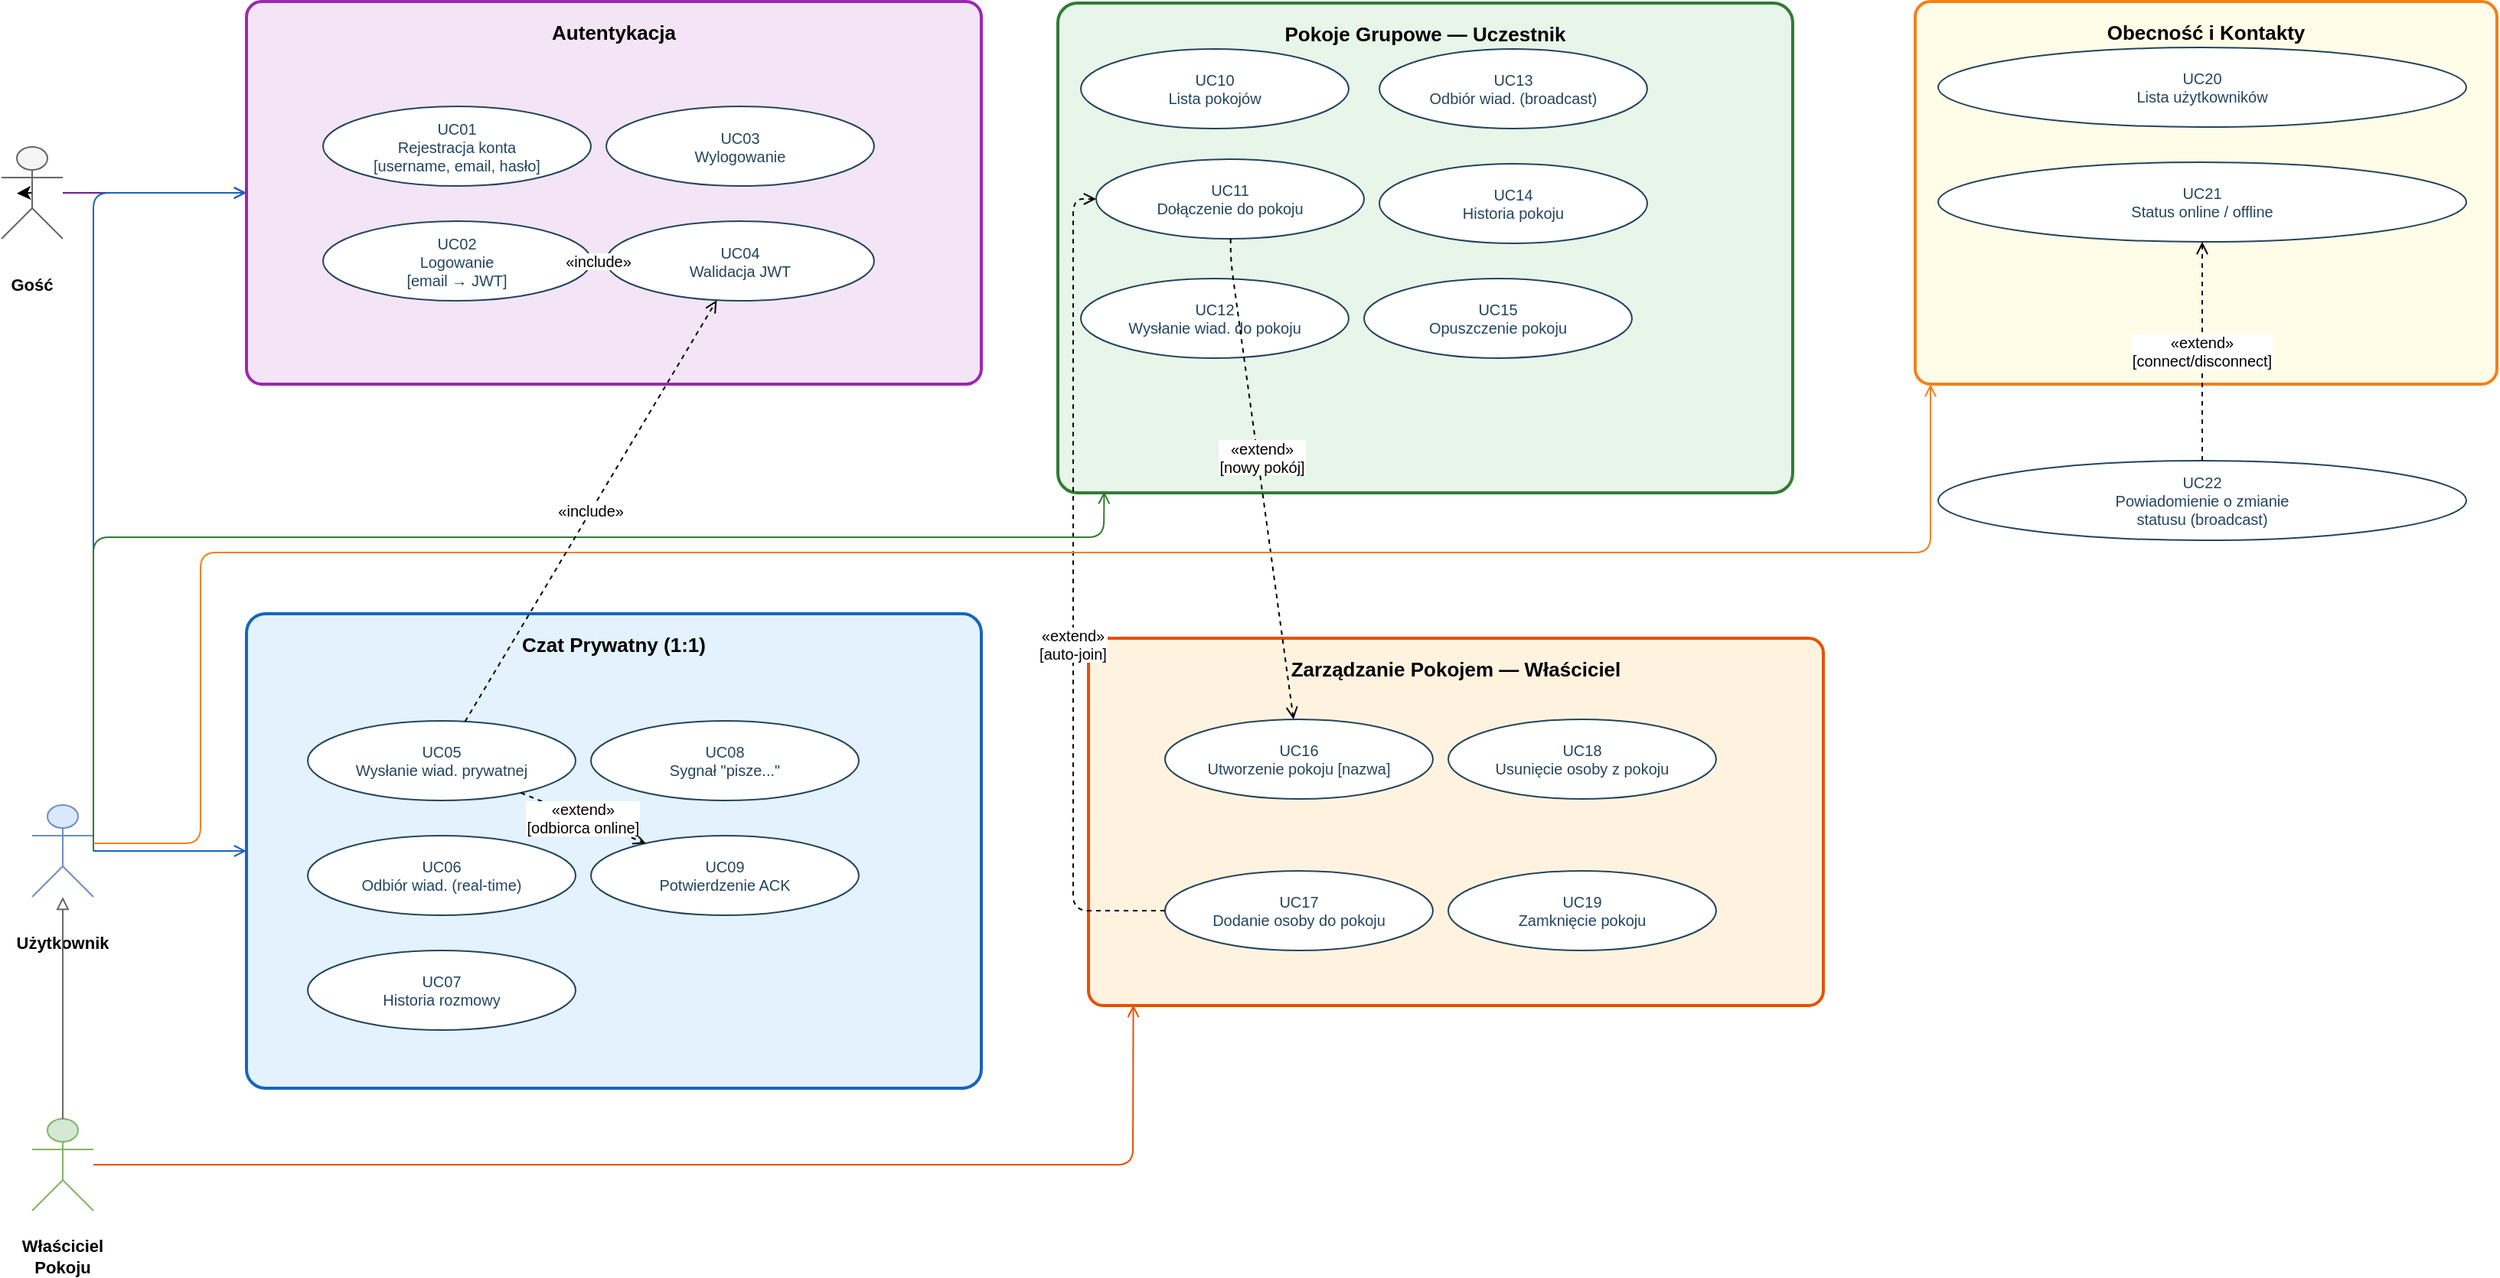
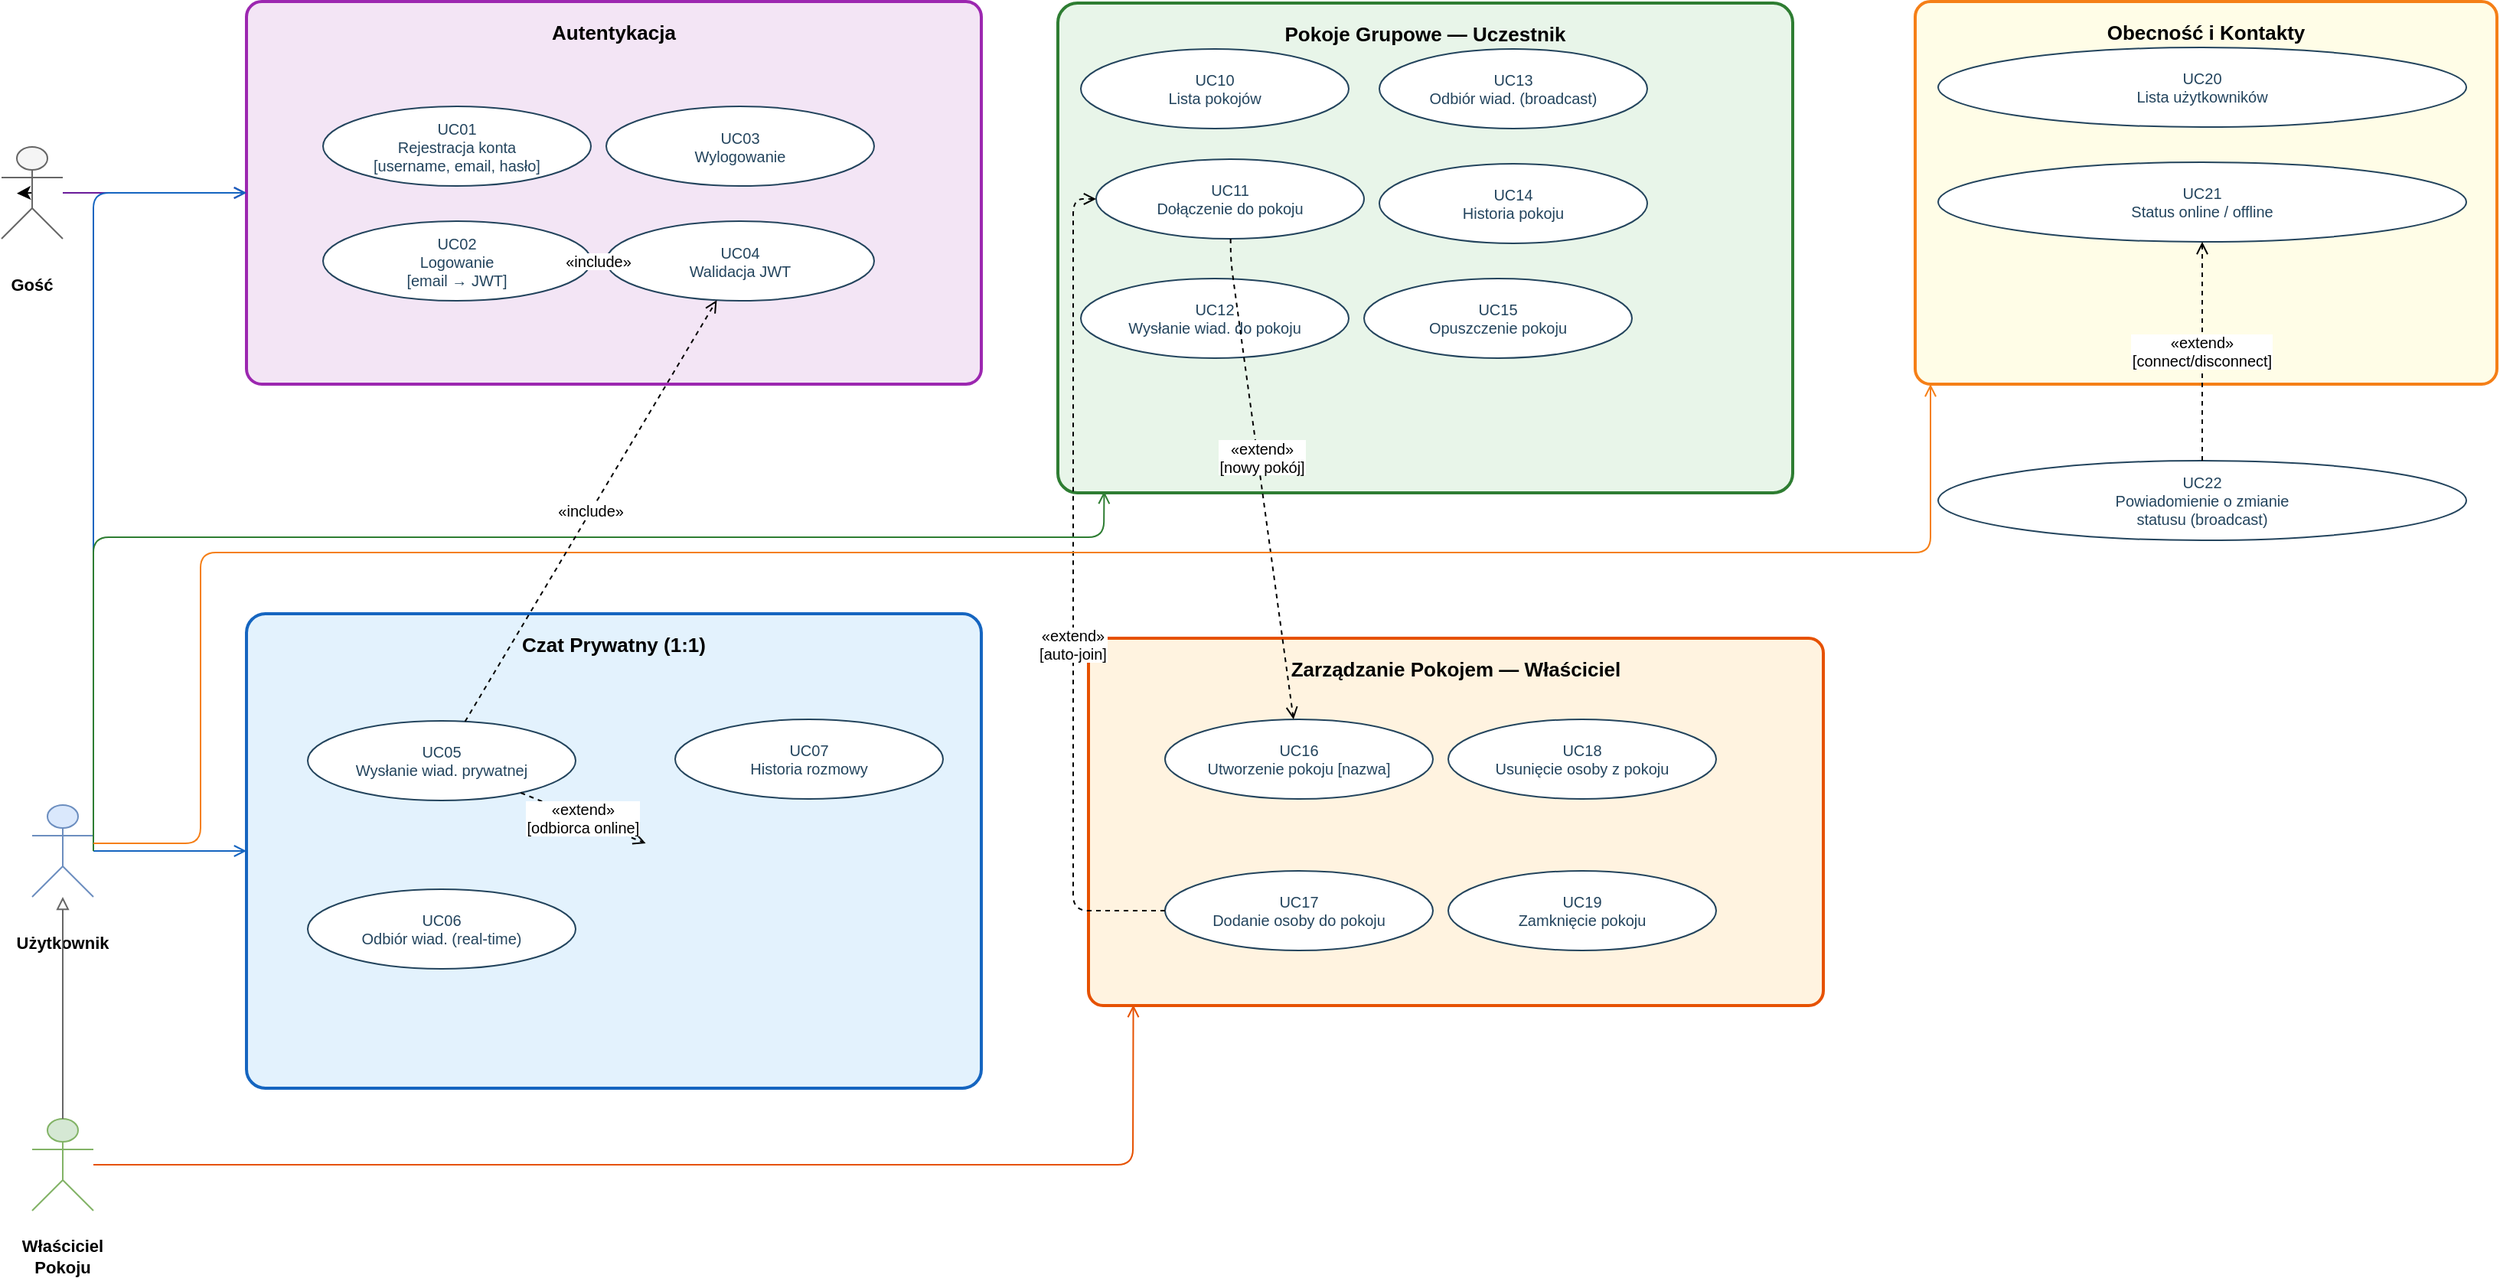
<mxfile host="65bd71144e">
    <diagram id="11" name="Diagram Przypadków Użycia">
-         <mxGraphModel dx="1540" dy="976" grid="1" gridSize="10" guides="1" tooltips="1" connect="1" arrows="1" fold="1" page="1" pageScale="1" pageWidth="1750" pageHeight="1050" math="0" shadow="0">
+         <mxGraphModel dx="878" dy="732" grid="1" gridSize="10" guides="1" tooltips="1" connect="1" arrows="1" fold="1" page="1" pageScale="1" pageWidth="1750" pageHeight="1050" math="0" shadow="0">
            <root>
                <mxCell id="0"/>
                <mxCell id="1" parent="0"/>
                <mxCell id="59" style="edgeStyle=none;html=1;exitX=0.5;exitY=0.5;exitDx=0;exitDy=0;exitPerimeter=0;" parent="1" source="12" edge="1">
                    <mxGeometry relative="1" as="geometry">
                        <mxPoint x="50" y="165.33333333333326" as="targetPoint"/>
                    </mxGeometry>
                </mxCell>
                <mxCell id="12" value="Gość" style="shape=umlActor;whiteSpace=wrap;html=1;fillColor=#f5f5f5;strokeColor=#666666;fontStyle=1;fontSize=11;verticalLabelPosition=bottom;" parent="1" vertex="1">
                    <mxGeometry x="40" y="135" width="40" height="60" as="geometry"/>
                </mxCell>
                <mxCell id="13" value="Użytkownik" style="shape=umlActor;whiteSpace=wrap;html=1;fillColor=#DAE8FC;strokeColor=#6C8EBF;fontStyle=1;fontSize=11;verticalLabelPosition=bottom;" parent="1" vertex="1">
                    <mxGeometry x="60" y="565" width="40" height="60" as="geometry"/>
                </mxCell>
                <mxCell id="14" value="Właściciel&#xa;Pokoju" style="shape=umlActor;whiteSpace=wrap;html=1;fillColor=#D5E8D4;strokeColor=#82B366;fontStyle=1;fontSize=11;verticalLabelPosition=bottom;" parent="1" vertex="1">
                    <mxGeometry x="60" y="770" width="40" height="60" as="geometry"/>
                </mxCell>
                <mxCell id="15" value="" style="endArrow=block;endFill=0;startArrow=none;strokeColor=#666666;exitX=0.5;exitY=0;exitDx=0;exitDy=0;entryX=0.5;entryY=1;entryDx=0;entryDy=0;" parent="1" source="14" target="13" edge="1">
                    <mxGeometry relative="1" as="geometry"/>
                </mxCell>
                <mxCell id="16" value="Autentykacja" style="rounded=1;arcSize=4;fillColor=#F3E5F5;strokeColor=#9C27B0;fontStyle=1;fontSize=13;verticalAlign=top;align=center;spacingTop=6;strokeWidth=2;" parent="1" vertex="1">
                    <mxGeometry x="200" y="40" width="480" height="250" as="geometry"/>
                </mxCell>
                <mxCell id="17" value="UC01&#xa;Rejestracja konta&#xa;[username, email, hasło]" style="ellipse;whiteSpace=wrap;html=1;fontSize=10;fillColor=#ffffff;strokeColor=#23445D;fontColor=#23445D;" parent="1" vertex="1">
                    <mxGeometry x="250" y="108.5" width="175" height="52" as="geometry"/>
                </mxCell>
                <mxCell id="18" value="UC02&#xa;Logowanie&#xa;[email → JWT]" style="ellipse;whiteSpace=wrap;html=1;fontSize=10;fillColor=#ffffff;strokeColor=#23445D;fontColor=#23445D;" parent="1" vertex="1">
                    <mxGeometry x="250" y="183.5" width="175" height="52" as="geometry"/>
                </mxCell>
                <mxCell id="19" value="UC03&#xa;Wylogowanie" style="ellipse;whiteSpace=wrap;html=1;fontSize=10;fillColor=#ffffff;strokeColor=#23445D;fontColor=#23445D;" parent="1" vertex="1">
                    <mxGeometry x="435" y="108.5" width="175" height="52" as="geometry"/>
                </mxCell>
                <mxCell id="20" value="UC04&#xa;Walidacja JWT" style="ellipse;whiteSpace=wrap;html=1;fontSize=10;fillColor=#ffffff;strokeColor=#23445D;fontColor=#23445D;" parent="1" vertex="1">
                    <mxGeometry x="435" y="183.5" width="175" height="52" as="geometry"/>
                </mxCell>
                <mxCell id="22" value="Czat Prywatny (1:1)" style="rounded=1;arcSize=4;fillColor=#E3F2FD;strokeColor=#1565C0;fontStyle=1;fontSize=13;verticalAlign=top;align=center;spacingTop=6;strokeWidth=2;" parent="1" vertex="1">
                    <mxGeometry x="200" y="440" width="480" height="310" as="geometry"/>
                </mxCell>
                <mxCell id="23" value="UC05&#xa;Wysłanie wiad. prywatnej" style="ellipse;whiteSpace=wrap;html=1;fontSize=10;fillColor=#ffffff;strokeColor=#23445D;fontColor=#23445D;" parent="1" vertex="1">
                    <mxGeometry x="240" y="510" width="175" height="52" as="geometry"/>
                </mxCell>
                <mxCell id="24" value="UC06&#xa;Odbiór wiad. (real-time)" style="ellipse;whiteSpace=wrap;html=1;fontSize=10;fillColor=#ffffff;strokeColor=#23445D;fontColor=#23445D;" parent="1" vertex="1">
-                     <mxGeometry x="240" y="585" width="175" height="52" as="geometry"/>
+                     <mxGeometry x="240" y="620" width="175" height="52" as="geometry"/>
                </mxCell>
                <mxCell id="25" value="UC07&#xa;Historia rozmowy" style="ellipse;whiteSpace=wrap;html=1;fontSize=10;fillColor=#ffffff;strokeColor=#23445D;fontColor=#23445D;" parent="1" vertex="1">
-                     <mxGeometry x="240" y="660" width="175" height="52" as="geometry"/>
-                 </mxCell>
-                 <mxCell id="26" value="UC08&#xa;Sygnał &quot;pisze...&quot;" style="ellipse;whiteSpace=wrap;html=1;fontSize=10;fillColor=#ffffff;strokeColor=#23445D;fontColor=#23445D;" parent="1" vertex="1">
-                     <mxGeometry x="425" y="510" width="175" height="52" as="geometry"/>
-                 </mxCell>
-                 <mxCell id="27" value="UC09&#xa;Potwierdzenie ACK" style="ellipse;whiteSpace=wrap;html=1;fontSize=10;fillColor=#ffffff;strokeColor=#23445D;fontColor=#23445D;" parent="1" vertex="1">
-                     <mxGeometry x="425" y="585" width="175" height="52" as="geometry"/>
-                 </mxCell>
-                 <mxCell id="28" value="«extend»&#xa;[odbiorca online]" style="dashed=1;endArrow=open;endFill=0;strokeColor=#000000;fontSize=10;labelBackgroundColor=#ffffff;" parent="1" source="23" target="27" edge="1">
-                     <mxGeometry relative="1" as="geometry"/>
+                     <mxGeometry x="480" y="509" width="175" height="52" as="geometry"/>
+                 </mxCell>
+                 <mxCell id="28" value="«extend»&#xa;[odbiorca online]" style="dashed=1;endArrow=open;endFill=0;strokeColor=#000000;fontSize=10;labelBackgroundColor=#ffffff;" parent="1" source="23" edge="1">
+                     <mxGeometry relative="1" as="geometry">
+                         <mxPoint x="460.77316407359217" y="590.0296611109156" as="targetPoint"/>
+                     </mxGeometry>
                </mxCell>
                <mxCell id="29" value="Pokoje Grupowe — Uczestnik" style="rounded=1;arcSize=4;fillColor=#E8F5E9;strokeColor=#2E7D32;fontStyle=1;fontSize=13;verticalAlign=top;align=center;spacingTop=6;strokeWidth=2;" parent="1" vertex="1">
                    <mxGeometry x="730" y="41" width="480" height="320" as="geometry"/>
                </mxCell>
                <mxCell id="30" value="UC10&#xa;Lista pokojów" style="ellipse;whiteSpace=wrap;html=1;fontSize=10;fillColor=#ffffff;strokeColor=#23445D;fontColor=#23445D;" parent="1" vertex="1">
                    <mxGeometry x="745" y="71" width="175" height="52" as="geometry"/>
                </mxCell>
                <mxCell id="31" value="UC11&#xa;Dołączenie do pokoju" style="ellipse;whiteSpace=wrap;html=1;fontSize=10;fillColor=#ffffff;strokeColor=#23445D;fontColor=#23445D;" parent="1" vertex="1">
                    <mxGeometry x="755" y="143" width="175" height="52" as="geometry"/>
                </mxCell>
                <mxCell id="32" value="UC12&#xa;Wysłanie wiad. do pokoju" style="ellipse;whiteSpace=wrap;html=1;fontSize=10;fillColor=#ffffff;strokeColor=#23445D;fontColor=#23445D;" parent="1" vertex="1">
                    <mxGeometry x="745" y="221" width="175" height="52" as="geometry"/>
                </mxCell>
                <mxCell id="33" value="UC13&#xa;Odbiór wiad. (broadcast)" style="ellipse;whiteSpace=wrap;html=1;fontSize=10;fillColor=#ffffff;strokeColor=#23445D;fontColor=#23445D;" parent="1" vertex="1">
                    <mxGeometry x="940" y="71" width="175" height="52" as="geometry"/>
                </mxCell>
                <mxCell id="34" value="UC14&#xa;Historia pokoju" style="ellipse;whiteSpace=wrap;html=1;fontSize=10;fillColor=#ffffff;strokeColor=#23445D;fontColor=#23445D;" parent="1" vertex="1">
                    <mxGeometry x="940" y="146" width="175" height="52" as="geometry"/>
                </mxCell>
                <mxCell id="35" value="UC15&#xa;Opuszczenie pokoju" style="ellipse;whiteSpace=wrap;html=1;fontSize=10;fillColor=#ffffff;strokeColor=#23445D;fontColor=#23445D;" parent="1" vertex="1">
                    <mxGeometry x="930" y="221" width="175" height="52" as="geometry"/>
                </mxCell>
                <mxCell id="36" value="Zarządzanie Pokojem — Właściciel" style="rounded=1;arcSize=4;fillColor=#FFF3E0;strokeColor=#E65100;fontStyle=1;fontSize=13;verticalAlign=top;align=center;spacingTop=6;strokeWidth=2;" parent="1" vertex="1">
                    <mxGeometry x="750" y="456" width="480" height="240" as="geometry"/>
                </mxCell>
                <mxCell id="37" value="UC16&#xa;Utworzenie pokoju [nazwa]" style="ellipse;whiteSpace=wrap;html=1;fontSize=10;fillColor=#ffffff;strokeColor=#23445D;fontColor=#23445D;" parent="1" vertex="1">
                    <mxGeometry x="800" y="509" width="175" height="52" as="geometry"/>
                </mxCell>
                <mxCell id="38" value="UC17&#xa;Dodanie osoby do pokoju" style="ellipse;whiteSpace=wrap;html=1;fontSize=10;fillColor=#ffffff;strokeColor=#23445D;fontColor=#23445D;" parent="1" vertex="1">
                    <mxGeometry x="800" y="608" width="175" height="52" as="geometry"/>
                </mxCell>
                <mxCell id="39" value="UC18&#xa;Usunięcie osoby z pokoju" style="ellipse;whiteSpace=wrap;html=1;fontSize=10;fillColor=#ffffff;strokeColor=#23445D;fontColor=#23445D;" parent="1" vertex="1">
                    <mxGeometry x="985" y="509" width="175" height="52" as="geometry"/>
                </mxCell>
                <mxCell id="40" value="UC19&#xa;Zamknięcie pokoju" style="ellipse;whiteSpace=wrap;html=1;fontSize=10;fillColor=#ffffff;strokeColor=#23445D;fontColor=#23445D;" parent="1" vertex="1">
                    <mxGeometry x="985" y="608" width="175" height="52" as="geometry"/>
                </mxCell>
                <mxCell id="41" value="«extend»&#xa;[nowy pokój]" style="dashed=1;endArrow=open;endFill=0;strokeColor=#000000;fontSize=10;labelBackgroundColor=#ffffff;" parent="1" source="31" target="37" edge="1">
                    <mxGeometry x="-0.0872" y="3" relative="1" as="geometry">
                        <Array as="points">
                            <mxPoint x="843" y="210"/>
                        </Array>
                        <mxPoint as="offset"/>
                    </mxGeometry>
                </mxCell>
                <mxCell id="42" value="«extend»&#xa;[auto-join]" style="dashed=1;endArrow=open;endFill=0;strokeColor=#000000;fontSize=10;labelBackgroundColor=#ffffff;" parent="1" source="38" target="31" edge="1">
                    <mxGeometry x="-0.1335" relative="1" as="geometry">
                        <Array as="points">
                            <mxPoint x="740" y="634"/>
                            <mxPoint x="740" y="169"/>
                        </Array>
                        <mxPoint as="offset"/>
                    </mxGeometry>
                </mxCell>
                <mxCell id="43" value="Obecność i Kontakty" style="rounded=1;arcSize=4;fillColor=#FFFDE7;strokeColor=#F57F17;fontStyle=1;fontSize=13;verticalAlign=top;align=center;spacingTop=6;strokeWidth=2;" parent="1" vertex="1">
                    <mxGeometry x="1290" y="40" width="380" height="250" as="geometry"/>
                </mxCell>
                <mxCell id="44" value="UC20&#xa;Lista użytkowników" style="ellipse;whiteSpace=wrap;html=1;fontSize=10;fillColor=#ffffff;strokeColor=#23445D;fontColor=#23445D;" parent="1" vertex="1">
                    <mxGeometry x="1305" y="70" width="345" height="52" as="geometry"/>
                </mxCell>
                <mxCell id="45" value="UC21&#xa;Status online / offline" style="ellipse;whiteSpace=wrap;html=1;fontSize=10;fillColor=#ffffff;strokeColor=#23445D;fontColor=#23445D;" parent="1" vertex="1">
                    <mxGeometry x="1305" y="145" width="345" height="52" as="geometry"/>
                </mxCell>
                <mxCell id="46" value="UC22&#xa;Powiadomienie o zmianie&#xa;statusu (broadcast)" style="ellipse;whiteSpace=wrap;html=1;fontSize=10;fillColor=#ffffff;strokeColor=#23445D;fontColor=#23445D;" parent="1" vertex="1">
                    <mxGeometry x="1305" y="340" width="345" height="52" as="geometry"/>
                </mxCell>
                <mxCell id="47" value="«extend»&#xa;[connect/disconnect]" style="dashed=1;endArrow=open;endFill=0;strokeColor=#000000;fontSize=10;labelBackgroundColor=#ffffff;" parent="1" source="46" target="45" edge="1">
                    <mxGeometry relative="1" as="geometry"/>
                </mxCell>
                <mxCell id="48" value="" style="endArrow=open;endFill=0;strokeColor=#6A1B9A;fontSize=10;labelBackgroundColor=#ffffff;exitX=1;exitY=0.5;exitDx=0;exitDy=0;entryX=0;entryY=0.5;entryDx=0;entryDy=0;" parent="1" source="12" target="16" edge="1">
                    <mxGeometry relative="1" as="geometry"/>
                </mxCell>
                <mxCell id="49" value="" style="endArrow=open;endFill=0;strokeColor=#1565C0;fontSize=10;labelBackgroundColor=#ffffff;exitX=1;exitY=0.5;exitDx=0;exitDy=0;entryX=0;entryY=0.5;entryDx=0;entryDy=0;" parent="1" source="13" target="22" edge="1">
                    <mxGeometry relative="1" as="geometry"/>
                </mxCell>
                <mxCell id="50" value="" style="endArrow=open;endFill=0;strokeColor=#1565C0;fontSize=10;labelBackgroundColor=#ffffff;exitX=1;exitY=0.5;exitDx=0;exitDy=0;entryX=0;entryY=0.5;entryDx=0;entryDy=0;" parent="1" source="13" target="16" edge="1">
                    <mxGeometry relative="1" as="geometry">
                        <Array as="points">
                            <mxPoint x="100" y="165"/>
                        </Array>
                    </mxGeometry>
                </mxCell>
                <mxCell id="51" value="" style="endArrow=open;endFill=0;strokeColor=#2E7D32;fontSize=10;labelBackgroundColor=#ffffff;exitX=1;exitY=0.5;exitDx=0;exitDy=0;entryX=0.063;entryY=0.997;entryDx=0;entryDy=0;entryPerimeter=0;" parent="1" source="13" target="29" edge="1">
                    <mxGeometry relative="1" as="geometry">
                        <Array as="points">
                            <mxPoint x="100" y="390"/>
                            <mxPoint x="760" y="390"/>
                        </Array>
                    </mxGeometry>
                </mxCell>
                <mxCell id="52" value="" style="endArrow=open;endFill=0;strokeColor=#F57F17;fontSize=10;labelBackgroundColor=#ffffff;entryX=0;entryY=1;entryDx=0;entryDy=0;" parent="1" edge="1">
                    <mxGeometry relative="1" as="geometry">
                        <mxPoint x="100" y="590" as="sourcePoint"/>
                        <mxPoint x="1300" y="290.0000000000001" as="targetPoint"/>
                        <Array as="points">
                            <mxPoint x="170" y="590"/>
                            <mxPoint x="170" y="400"/>
                            <mxPoint x="1300" y="400"/>
                        </Array>
                    </mxGeometry>
                </mxCell>
                <mxCell id="53" value="" style="endArrow=open;endFill=0;strokeColor=#E65100;fontSize=10;labelBackgroundColor=#ffffff;exitX=1;exitY=0.5;exitDx=0;exitDy=0;entryX=0.061;entryY=0.998;entryDx=0;entryDy=0;entryPerimeter=0;" parent="1" source="14" target="36" edge="1">
                    <mxGeometry relative="1" as="geometry">
                        <Array as="points">
                            <mxPoint x="779" y="800"/>
                        </Array>
                    </mxGeometry>
                </mxCell>
                <mxCell id="54" value="«include»" style="dashed=1;endArrow=open;endFill=0;strokeColor=#000000;fontSize=10;labelBackgroundColor=#ffffff;" parent="1" source="18" target="20" edge="1">
                    <mxGeometry relative="1" as="geometry"/>
                </mxCell>
                <mxCell id="55" value="«include»" style="dashed=1;endArrow=open;endFill=0;strokeColor=#000000;fontSize=10;labelBackgroundColor=#ffffff;" parent="1" source="23" target="20" edge="1">
                    <mxGeometry relative="1" as="geometry"/>
                </mxCell>
            </root>
        </mxGraphModel>
    </diagram>
    <diagram id="56" name="Diagram Klas">
        <mxGraphModel dx="1200" dy="800" grid="1" gridSize="10" guides="1" tooltips="1" connect="1" arrows="1" fold="1" page="1" pageScale="1" pageWidth="1750" pageHeight="1200" math="0" shadow="0">
            <root>
                <mxCell id="0"/>
                <mxCell id="1" parent="0"/>
                <mxCell id="57" value="User  «Model»" style="swimlane;startSize=28;fillColor=#DAE8FC;strokeColor=#6C8EBF;fontStyle=1;fontSize=12;rounded=1;arcSize=4;align=center;" vertex="1" parent="1">
                    <mxGeometry x="20" y="20" width="315" height="226" as="geometry"/>
                </mxCell>
                <mxCell id="58" value="+ id : Integer  «PK, AUTO»&#xa;+ username : String(64)  «UNIQUE»&#xa;+ email : String(120)  «UNIQUE»&#xa;+ password_hash : String(128)&#xa;+ created_at : DateTime" style="text;strokeColor=none;fillColor=none;align=left;verticalAlign=top;spacingLeft=6;overflow=hidden;rotatable=0;fontSize=11;" vertex="1" parent="57">
                    <mxGeometry x="2" y="28" width="311" height="88" as="geometry"/>
                </mxCell>
                <mxCell id="59" value="" style="line;strokeColor=#6C8EBF;fillColor=none;" vertex="1" parent="57">
                    <mxGeometry x="0" y="116" width="315" height="6" as="geometry"/>
                </mxCell>
                <mxCell id="60" value="+ register(username, email, password) : User&#xa;+ login(email, password) : str  «JWT»&#xa;+ logout() : void&#xa;+ set_password(password) : void&#xa;+ check_password(password) : bool&#xa;+ to_dict(online: bool) : dict" style="text;strokeColor=none;fillColor=none;align=left;verticalAlign=top;spacingLeft=6;overflow=hidden;rotatable=0;fontSize=11;fontStyle=2;" vertex="1" parent="57">
                    <mxGeometry x="2" y="122" width="311" height="104" as="geometry"/>
                </mxCell>
                <mxCell id="61" value="Room  «Model»" style="swimlane;startSize=28;fillColor=#DAE8FC;strokeColor=#6C8EBF;fontStyle=1;fontSize=12;rounded=1;arcSize=4;align=center;" vertex="1" parent="1">
                    <mxGeometry x="357" y="20" width="315" height="242" as="geometry"/>
                </mxCell>
                <mxCell id="62" value="+ id : Integer  «PK, AUTO»&#xa;+ name : String(128)&#xa;+ created_by : Integer  «FK: users.id»&#xa;+ created_at : DateTime" style="text;strokeColor=none;fillColor=none;align=left;verticalAlign=top;spacingLeft=6;overflow=hidden;rotatable=0;fontSize=11;" vertex="1" parent="61">
                    <mxGeometry x="2" y="28" width="311" height="72" as="geometry"/>
                </mxCell>
                <mxCell id="63" value="" style="line;strokeColor=#6C8EBF;fillColor=none;" vertex="1" parent="61">
                    <mxGeometry x="0" y="100" width="315" height="6" as="geometry"/>
                </mxCell>
                <mxCell id="64" value="+ create(name, owner_id) : Room&#xa;+ close() : void&#xa;+ add_member(user_id) : RoomMember&#xa;+ remove_member(user_id) : void&#xa;+ get_members() : list[User]&#xa;+ send_message(sender_id, content) : Message&#xa;+ get_history(limit) : list[Message]&#xa;+ to_dict() : dict" style="text;strokeColor=none;fillColor=none;align=left;verticalAlign=top;spacingLeft=6;overflow=hidden;rotatable=0;fontSize=11;fontStyle=2;" vertex="1" parent="61">
                    <mxGeometry x="2" y="106" width="311" height="136" as="geometry"/>
                </mxCell>
                <mxCell id="65" value="RoomMember  «Model»" style="swimlane;startSize=28;fillColor=#DAE8FC;strokeColor=#6C8EBF;fontStyle=1;fontSize=12;rounded=1;arcSize=4;align=center;" vertex="1" parent="1">
                    <mxGeometry x="694" y="20" width="315" height="178" as="geometry"/>
                </mxCell>
                <mxCell id="66" value="+ id : Integer  «PK, AUTO»&#xa;+ room_id : Integer  «FK: rooms.id»&#xa;+ user_id : Integer  «FK: users.id»&#xa;+ joined_at : DateTime&#xa;«UNIQUE(room_id, user_id)»" style="text;strokeColor=none;fillColor=none;align=left;verticalAlign=top;spacingLeft=6;overflow=hidden;rotatable=0;fontSize=11;" vertex="1" parent="65">
                    <mxGeometry x="2" y="28" width="311" height="88" as="geometry"/>
                </mxCell>
                <mxCell id="67" value="" style="line;strokeColor=#6C8EBF;fillColor=none;" vertex="1" parent="65">
                    <mxGeometry x="0" y="116" width="315" height="6" as="geometry"/>
                </mxCell>
                <mxCell id="68" value="+ join(room_id, user_id) : RoomMember&#xa;+ leave() : void&#xa;+ is_member(room_id, user_id) : bool" style="text;strokeColor=none;fillColor=none;align=left;verticalAlign=top;spacingLeft=6;overflow=hidden;rotatable=0;fontSize=11;fontStyle=2;" vertex="1" parent="65">
                    <mxGeometry x="2" y="122" width="311" height="56" as="geometry"/>
                </mxCell>
                <mxCell id="69" value="Message  «Model»" style="swimlane;startSize=28;fillColor=#DAE8FC;strokeColor=#6C8EBF;fontStyle=1;fontSize=12;rounded=1;arcSize=4;align=center;" vertex="1" parent="1">
                    <mxGeometry x="1031" y="20" width="315" height="242" as="geometry"/>
                </mxCell>
                <mxCell id="70" value="+ id : Integer  «PK, AUTO»&#xa;+ sender_id : Integer  «FK: users.id»&#xa;+ recipient_id : Integer  «NULLABLE»&#xa;+ room_id : Integer  «FK: rooms.id, NULLABLE»&#xa;+ content : Text&#xa;+ delivered : Boolean  «default: False»&#xa;+ created_at : DateTime&#xa;# recipient_id XOR room_id" style="text;strokeColor=none;fillColor=none;align=left;verticalAlign=top;spacingLeft=6;overflow=hidden;rotatable=0;fontSize=11;" vertex="1" parent="69">
                    <mxGeometry x="2" y="28" width="311" height="136" as="geometry"/>
                </mxCell>
                <mxCell id="71" value="" style="line;strokeColor=#6C8EBF;fillColor=none;" vertex="1" parent="69">
                    <mxGeometry x="0" y="164" width="315" height="6" as="geometry"/>
                </mxCell>
                <mxCell id="72" value="+ send_private(sender, recipient, content) : Message&#xa;+ send_to_room(sender, room_id, content) : Message&#xa;+ mark_delivered() : void&#xa;+ to_dict() : dict" style="text;strokeColor=none;fillColor=none;align=left;verticalAlign=top;spacingLeft=6;overflow=hidden;rotatable=0;fontSize=11;fontStyle=2;" vertex="1" parent="69">
                    <mxGeometry x="2" y="170" width="311" height="72" as="geometry"/>
                </mxCell>
                <mxCell id="73" value="SessionStore  «Singleton»" style="swimlane;startSize=28;fillColor=#D5E8D4;strokeColor=#82B366;fontStyle=1;fontSize=12;rounded=1;arcSize=4;align=center;" vertex="1" parent="1">
                    <mxGeometry x="20" y="306" width="315" height="194" as="geometry"/>
                </mxCell>
                <mxCell id="74" value="- _sessions : dict[int, set[str]]&#xa;- _lock : threading.Lock&#xa;# user_id → { socket_id, ... }" style="text;strokeColor=none;fillColor=none;align=left;verticalAlign=top;spacingLeft=6;overflow=hidden;rotatable=0;fontSize=11;" vertex="1" parent="73">
                    <mxGeometry x="2" y="28" width="311" height="56" as="geometry"/>
                </mxCell>
                <mxCell id="75" value="" style="line;strokeColor=#82B366;fillColor=none;" vertex="1" parent="73">
                    <mxGeometry x="0" y="84" width="315" height="6" as="geometry"/>
                </mxCell>
                <mxCell id="76" value="+ add_session(user_id, socket_id) : void&#xa;+ remove_session(user_id, socket_id) : void&#xa;+ get_socket_ids(user_id) : set[str]&#xa;+ get_user_id_by_socket(sid) : int | None&#xa;+ get_online_user_ids() : set[int]&#xa;+ is_online(user_id) : bool" style="text;strokeColor=none;fillColor=none;align=left;verticalAlign=top;spacingLeft=6;overflow=hidden;rotatable=0;fontSize=11;fontStyle=2;" vertex="1" parent="73">
                    <mxGeometry x="2" y="90" width="311" height="104" as="geometry"/>
                </mxCell>
                <mxCell id="77" value="SocketEvents  «Flask-SocketIO»" style="swimlane;startSize=28;fillColor=#D5E8D4;strokeColor=#82B366;fontStyle=1;fontSize=12;rounded=1;arcSize=4;align=center;" vertex="1" parent="1">
                    <mxGeometry x="357" y="306" width="355" height="290" as="geometry"/>
                </mxCell>
                <mxCell id="78" value="- session_store : SessionStore&#xa;── Klient → Serwer ──────────────────" style="text;strokeColor=none;fillColor=none;align=left;verticalAlign=top;spacingLeft=6;overflow=hidden;rotatable=0;fontSize=11;" vertex="1" parent="77">
                    <mxGeometry x="2" y="28" width="351" height="40" as="geometry"/>
                </mxCell>
                <mxCell id="79" value="" style="line;strokeColor=#82B366;fillColor=none;" vertex="1" parent="77">
                    <mxGeometry x="0" y="68" width="355" height="6" as="geometry"/>
                </mxCell>
                <mxCell id="80" value="+ on_connect(token) : bool&#xa;+ on_disconnect() : void&#xa;+ on_private_message(to_user_id, content) : void&#xa;+ on_room_message(room_id, content) : void&#xa;+ on_join_room(room_id) : void&#xa;+ on_leave_room(room_id) : void&#xa;+ on_typing(to_user_id) : void&#xa;── Serwer → Klient ──────────────────&#xa;emit &quot;message&quot;       {id, sender_id, content}&#xa;emit &quot;room_message&quot;  {id, room_id, sender_id}&#xa;emit &quot;user_status&quot;   {user_id, online: bool}&#xa;emit &quot;ack&quot;           {message_id}&#xa;emit &quot;typing&quot;        {from_user_id}" style="text;strokeColor=none;fillColor=none;align=left;verticalAlign=top;spacingLeft=6;overflow=hidden;rotatable=0;fontSize=11;fontStyle=2;" vertex="1" parent="77">
                    <mxGeometry x="2" y="74" width="351" height="216" as="geometry"/>
                </mxCell>
                <mxCell id="81" value="REST Controllers  «Blueprints»" style="swimlane;startSize=28;fillColor=#FFE6CC;strokeColor=#D79B00;fontStyle=1;fontSize=12;rounded=1;arcSize=4;align=center;" vertex="1" parent="1">
                    <mxGeometry x="734" y="306" width="345" height="338" as="geometry"/>
                </mxCell>
                <mxCell id="82" value="AuthController  /api/auth/*&#xa;  POST /register  → 201 | 400 | 409&#xa;  POST /login     → 200 JWT | 401&#xa;  POST /logout    → 200&#xa;UserController  /api/users/*&#xa;  GET /  [JWT]   → [{id, username, online}]&#xa;RoomController  /api/rooms/*&#xa;  GET /           → [Room]&#xa;  POST /          → 201 Room&#xa;  POST /{id}/join [JWT]&#xa;  POST /{id}/invite [JWT][Owner]&#xa;  DELETE /{id}/members/{uid} [Owner]&#xa;  DELETE /{id} [Owner]&#xa;  GET /{id}/messages [JWT]&#xa;MessageController  /api/messages/*&#xa;  GET /{user_id} [JWT] → [Message]" style="text;strokeColor=none;fillColor=none;align=left;verticalAlign=top;spacingLeft=6;overflow=hidden;rotatable=0;fontSize=11;" vertex="1" parent="81">
                    <mxGeometry x="2" y="28" width="341" height="264" as="geometry"/>
                </mxCell>
                <mxCell id="83" value="" style="line;strokeColor=#D79B00;fillColor=none;" vertex="1" parent="81">
                    <mxGeometry x="0" y="292" width="345" height="6" as="geometry"/>
                </mxCell>
                <mxCell id="84" value="[JWT] = wymaga Bearer token&#xa;[Owner] = wymaga created_by == current_user" style="text;strokeColor=none;fillColor=none;align=left;verticalAlign=top;spacingLeft=6;overflow=hidden;rotatable=0;fontSize=11;fontStyle=2;" vertex="1" parent="81">
                    <mxGeometry x="2" y="298" width="341" height="40" as="geometry"/>
                </mxCell>
                <mxCell id="85" value="AuthContext  «React»" style="swimlane;startSize=28;fillColor=#E8D5F5;strokeColor=#9673A6;fontStyle=1;fontSize=12;rounded=1;arcSize=4;align=center;" vertex="1" parent="1">
                    <mxGeometry x="1101" y="306" width="315" height="130" as="geometry"/>
                </mxCell>
                <mxCell id="86" value="+ token : string | null&#xa;+ user : {id, username} | null" style="text;strokeColor=none;fillColor=none;align=left;verticalAlign=top;spacingLeft=6;overflow=hidden;rotatable=0;fontSize=11;" vertex="1" parent="85">
                    <mxGeometry x="2" y="28" width="311" height="40" as="geometry"/>
                </mxCell>
                <mxCell id="87" value="" style="line;strokeColor=#9673A6;fillColor=none;" vertex="1" parent="85">
                    <mxGeometry x="0" y="68" width="315" height="6" as="geometry"/>
                </mxCell>
                <mxCell id="88" value="+ login(email, password) : Promise&#xa;+ logout() : void&#xa;+ register(username, email, pwd) : Promise" style="text;strokeColor=none;fillColor=none;align=left;verticalAlign=top;spacingLeft=6;overflow=hidden;rotatable=0;fontSize=11;fontStyle=2;" vertex="1" parent="85">
                    <mxGeometry x="2" y="74" width="311" height="56" as="geometry"/>
                </mxCell>
                <mxCell id="89" value="SocketContext  «React»" style="swimlane;startSize=28;fillColor=#E8D5F5;strokeColor=#9673A6;fontStyle=1;fontSize=12;rounded=1;arcSize=4;align=center;" vertex="1" parent="1">
                    <mxGeometry x="1101" y="458" width="315" height="146" as="geometry"/>
                </mxCell>
                <mxCell id="90" value="+ socket : Socket | null&#xa;+ connected : boolean" style="text;strokeColor=none;fillColor=none;align=left;verticalAlign=top;spacingLeft=6;overflow=hidden;rotatable=0;fontSize=11;" vertex="1" parent="89">
                    <mxGeometry x="2" y="28" width="311" height="40" as="geometry"/>
                </mxCell>
                <mxCell id="91" value="" style="line;strokeColor=#9673A6;fillColor=none;" vertex="1" parent="89">
                    <mxGeometry x="0" y="68" width="315" height="6" as="geometry"/>
                </mxCell>
                <mxCell id="92" value="+ connect(token) : void&#xa;+ disconnect() : void&#xa;+ emit(event, data) : void&#xa;+ on(event, handler) : void" style="text;strokeColor=none;fillColor=none;align=left;verticalAlign=top;spacingLeft=6;overflow=hidden;rotatable=0;fontSize=11;fontStyle=2;" vertex="1" parent="89">
                    <mxGeometry x="2" y="74" width="311" height="72" as="geometry"/>
                </mxCell>
                <mxCell id="93" value="1 nadaje / odbiera 0..*" style="endArrow=ERmany;startArrow=ERone;endFill=0;startFill=0;fontSize=10;labelBackgroundColor=#ffffff;strokeColor=#23445D;" edge="1" source="57" target="69" parent="1">
                    <mxGeometry relative="1" as="geometry"/>
                </mxCell>
                <mxCell id="94" value="1 należy do 0..*" style="endArrow=ERmany;startArrow=ERone;endFill=0;startFill=0;fontSize=10;labelBackgroundColor=#ffffff;strokeColor=#23445D;" edge="1" source="57" target="65" parent="1">
                    <mxGeometry relative="1" as="geometry"/>
                </mxCell>
                <mxCell id="95" value="1 tworzy 0..*" style="endArrow=ERmany;startArrow=ERone;endFill=0;startFill=0;fontSize=10;labelBackgroundColor=#ffffff;strokeColor=#23445D;" edge="1" source="57" target="61" parent="1">
                    <mxGeometry relative="1" as="geometry"/>
                </mxCell>
                <mxCell id="96" value="1 posiada 0..*" style="endArrow=ERmany;startArrow=ERone;endFill=0;startFill=0;fontSize=10;labelBackgroundColor=#ffffff;strokeColor=#23445D;" edge="1" source="61" target="65" parent="1">
                    <mxGeometry relative="1" as="geometry"/>
                </mxCell>
                <mxCell id="97" value="1 zawiera 0..*" style="endArrow=ERmany;startArrow=ERone;endFill=0;startFill=0;fontSize=10;labelBackgroundColor=#ffffff;strokeColor=#23445D;" edge="1" source="61" target="69" parent="1">
                    <mxGeometry relative="1" as="geometry"/>
                </mxCell>
                <mxCell id="98" value="uses" style="endArrow=open;endFill=0;dashed=1;fontSize=10;labelBackgroundColor=#ffffff;strokeColor=#555555;" edge="1" source="73" target="77" parent="1">
                    <mxGeometry relative="1" as="geometry"/>
                </mxCell>
                <mxCell id="99" value="queries" style="endArrow=open;endFill=0;dashed=1;fontSize=10;labelBackgroundColor=#ffffff;strokeColor=#555555;" edge="1" source="81" target="57" parent="1">
                    <mxGeometry relative="1" as="geometry"/>
                </mxCell>
                <mxCell id="100" value="validates" style="endArrow=open;endFill=0;dashed=1;fontSize=10;labelBackgroundColor=#ffffff;strokeColor=#555555;" edge="1" source="81" target="65" parent="1">
                    <mxGeometry relative="1" as="geometry"/>
                </mxCell>
                <mxCell id="101" value="persists" style="endArrow=open;endFill=0;dashed=1;fontSize=10;labelBackgroundColor=#ffffff;strokeColor=#555555;" edge="1" source="77" target="69" parent="1">
                    <mxGeometry relative="1" as="geometry"/>
                </mxCell>
                <mxCell id="102" value="reads token" style="endArrow=open;endFill=0;dashed=1;fontSize=10;labelBackgroundColor=#ffffff;strokeColor=#555555;" edge="1" source="89" target="85" parent="1">
                    <mxGeometry relative="1" as="geometry"/>
                </mxCell>
            </root>
        </mxGraphModel>
    </diagram>
</mxfile>